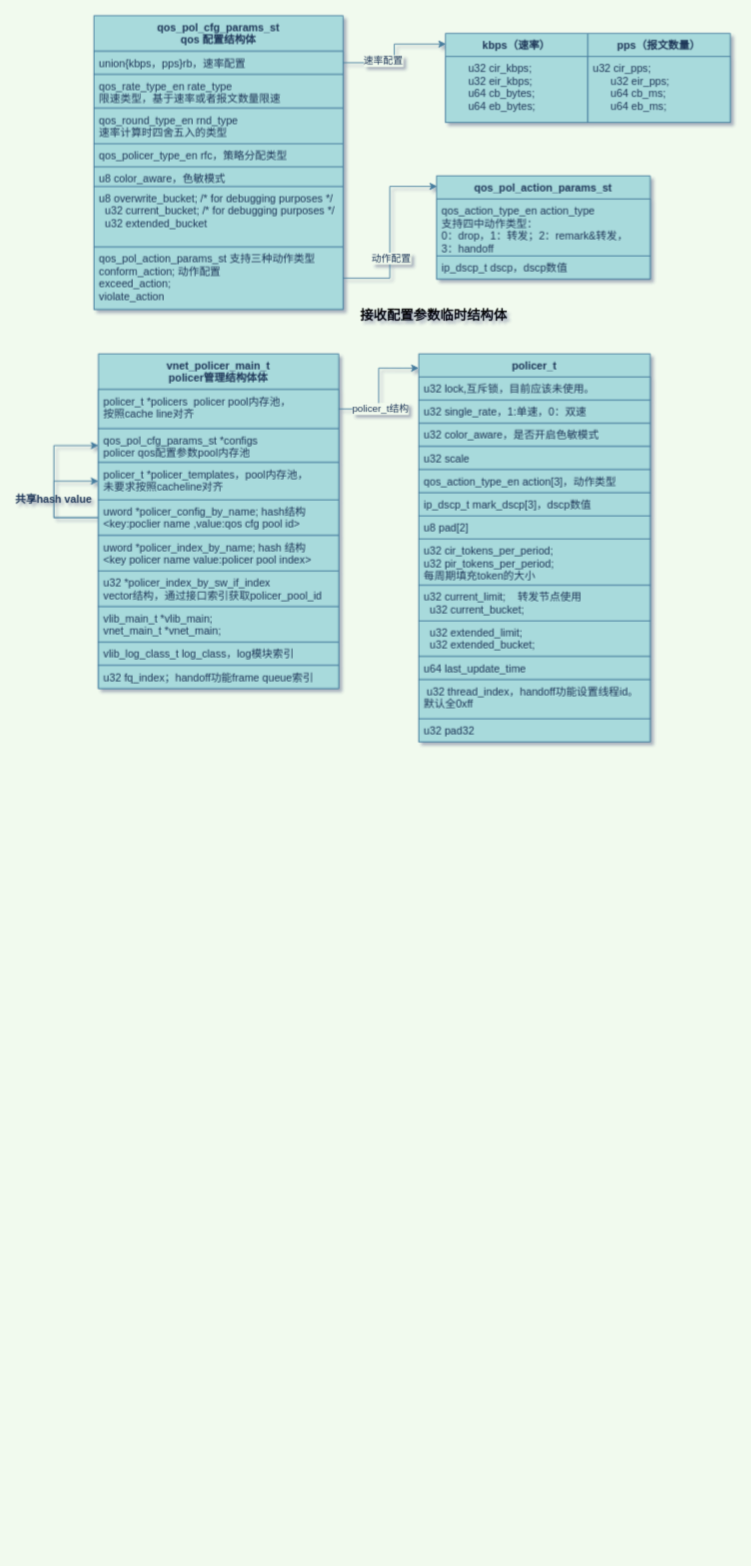
The draw.io diagram new_map/vpp policer.drawio in jin13417/dpdk-vpp-learning, before the edit. Source tidied: cells renumbered, new cells numbered last; positions are measured from the earlier drawing's top-left corner, leaving out a move shared by most shapes. Both pictures are drawn from the tidied source at 89%, with x=0, y=0 at pixel (18, 15).
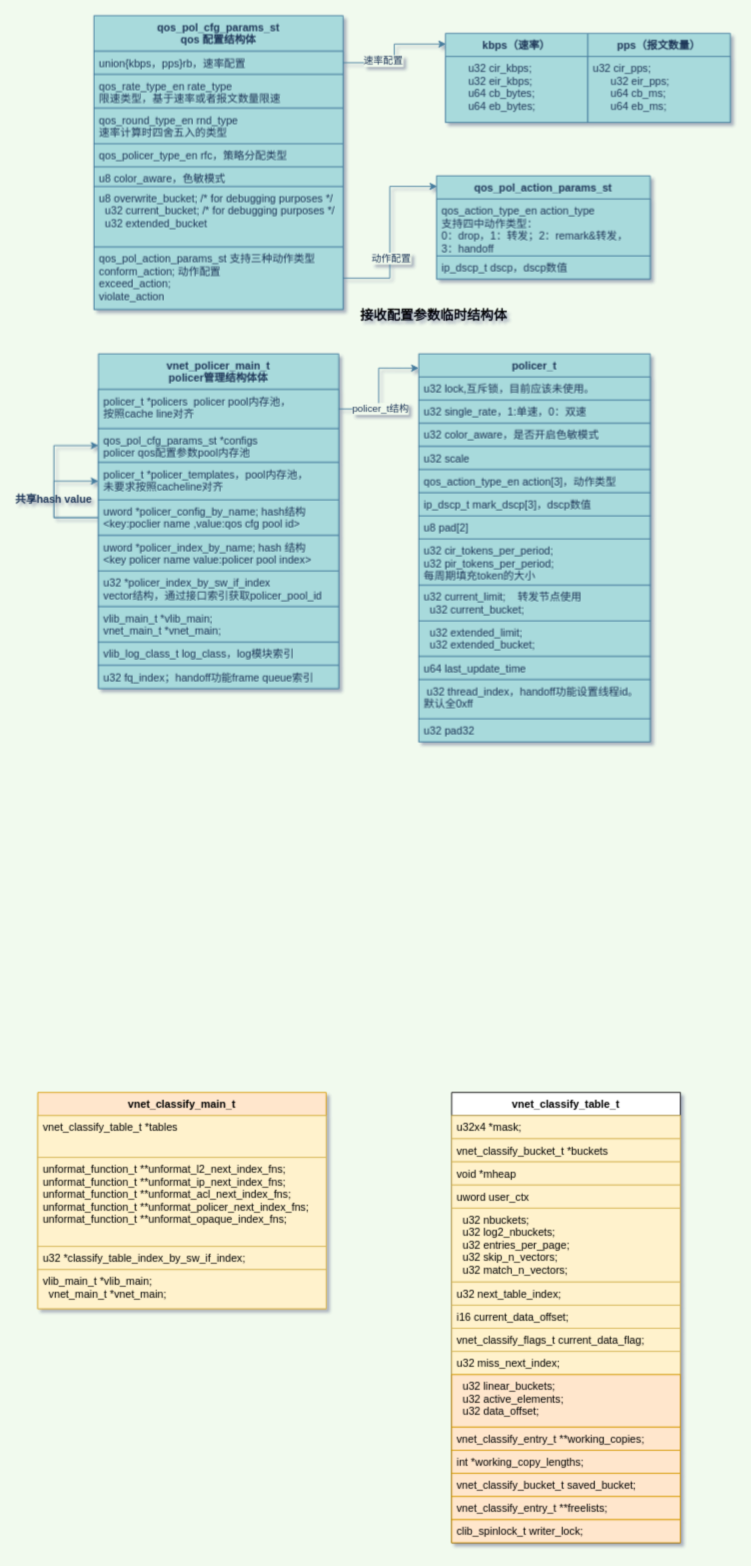
The same diagram, later.

What changed in the source:
```diff
@@
+    <mxCell id="51" value="vnet_classify_main_t" style="swimlane;fontStyle=1;align=center;verticalAlign=top;horizontal=1;startSize=26;fillColor=#ffe6cc;strokeColor=#d79b00;" parent="1" vertex="1">
+      <mxGeometry x="22" y="1210" width="324" height="243" as="geometry" />
+    </mxCell>
+    <mxCell id="52" value="vnet_classify_table_t *tables&#10;" style="text;strokeColor=#d6b656;fillColor=#fff2cc;align=left;verticalAlign=top;spacingLeft=4;spacingRight=4;overflow=hidden;" parent="51" vertex="1">
+      <mxGeometry y="26" width="324" height="47" as="geometry" />
+    </mxCell>
+    <mxCell id="53" value="unformat_function_t **unformat_l2_next_index_fns;&#10;unformat_function_t **unformat_ip_next_index_fns;&#10;unformat_function_t **unformat_acl_next_index_fns;&#10;unformat_function_t **unformat_policer_next_index_fns;&#10;unformat_function_t **unformat_opaque_index_fns;" style="text;fillColor=#fff2cc;align=left;verticalAlign=top;spacingLeft=4;spacingRight=4;overflow=hidden;strokeColor=#d6b656;" parent="51" vertex="1">
+      <mxGeometry y="73" width="324" height="100" as="geometry" />
+    </mxCell>
+    <mxCell id="54" value="u32 *classify_table_index_by_sw_if_index;" style="text;fillColor=#fff2cc;align=left;verticalAlign=top;spacingLeft=4;spacingRight=4;overflow=hidden;strokeColor=#d6b656;" parent="51" vertex="1">
+      <mxGeometry y="173" width="324" height="26" as="geometry" />
+    </mxCell>
+    <mxCell id="55" value="vlib_main_t *vlib_main;&#10;  vnet_main_t *vnet_main;" style="text;fillColor=#fff2cc;align=left;verticalAlign=top;spacingLeft=4;spacingRight=4;overflow=hidden;strokeColor=#d6b656;" parent="51" vertex="1">
+      <mxGeometry y="199" width="324" height="44" as="geometry" />
+    </mxCell>
+    <mxCell id="56" value="vnet_classify_table_t" style="swimlane;fontStyle=1;align=center;verticalAlign=top;horizontal=1;startSize=26;strokeColor=#000000;" parent="1" vertex="1">
+      <mxGeometry x="487" y="1210" width="257" height="506" as="geometry" />
+    </mxCell>
+    <mxCell id="57" value="u32x4 *mask;" style="text;strokeColor=#d6b656;fillColor=#fff2cc;align=left;verticalAlign=top;spacingLeft=4;spacingRight=4;overflow=hidden;" parent="56" vertex="1">
+      <mxGeometry y="26" width="257" height="26" as="geometry" />
+    </mxCell>
+    <mxCell id="58" value="vnet_classify_bucket_t *buckets" style="text;fillColor=#fff2cc;align=left;verticalAlign=top;spacingLeft=4;spacingRight=4;overflow=hidden;strokeColor=#d6b656;" parent="56" vertex="1">
+      <mxGeometry y="52" width="257" height="26" as="geometry" />
+    </mxCell>
+    <mxCell id="59" value="void *mheap" style="text;fillColor=#fff2cc;align=left;verticalAlign=top;spacingLeft=4;spacingRight=4;overflow=hidden;strokeColor=#d6b656;" parent="56" vertex="1">
+      <mxGeometry y="78" width="257" height="26" as="geometry" />
+    </mxCell>
+    <mxCell id="60" value="uword user_ctx" style="text;fillColor=#fff2cc;align=left;verticalAlign=top;spacingLeft=4;spacingRight=4;overflow=hidden;strokeColor=#d6b656;" parent="56" vertex="1">
+      <mxGeometry y="104" width="257" height="26" as="geometry" />
+    </mxCell>
+    <mxCell id="61" value="  u32 nbuckets;&#10;  u32 log2_nbuckets;&#10;  u32 entries_per_page;&#10;  u32 skip_n_vectors;&#10;  u32 match_n_vectors;" style="text;fillColor=#fff2cc;align=left;verticalAlign=top;spacingLeft=4;spacingRight=4;overflow=hidden;strokeColor=#d6b656;" parent="56" vertex="1">
+      <mxGeometry y="130" width="257" height="83" as="geometry" />
+    </mxCell>
+    <mxCell id="62" value="u32 next_table_index;" style="text;fillColor=#fff2cc;align=left;verticalAlign=top;spacingLeft=4;spacingRight=4;overflow=hidden;strokeColor=#d6b656;" parent="56" vertex="1">
+      <mxGeometry y="213" width="257" height="26" as="geometry" />
+    </mxCell>
+    <mxCell id="63" value="i16 current_data_offset;" style="text;fillColor=#fff2cc;align=left;verticalAlign=top;spacingLeft=4;spacingRight=4;overflow=hidden;strokeColor=#d6b656;" parent="56" vertex="1">
+      <mxGeometry y="239" width="257" height="26" as="geometry" />
+    </mxCell>
+    <mxCell id="64" value="vnet_classify_flags_t current_data_flag;" style="text;fillColor=#fff2cc;align=left;verticalAlign=top;spacingLeft=4;spacingRight=4;overflow=hidden;strokeColor=#d6b656;" parent="56" vertex="1">
+      <mxGeometry y="265" width="257" height="26" as="geometry" />
+    </mxCell>
+    <mxCell id="65" value="u32 miss_next_index;" style="text;fillColor=#fff2cc;align=left;verticalAlign=top;spacingLeft=4;spacingRight=4;overflow=hidden;strokeColor=#d6b656;" parent="56" vertex="1">
+      <mxGeometry y="291" width="257" height="26" as="geometry" />
+    </mxCell>
+    <mxCell id="66" value="  u32 linear_buckets;&#10;  u32 active_elements;&#10;  u32 data_offset;" style="text;fillColor=#ffe6cc;align=left;verticalAlign=top;spacingLeft=4;spacingRight=4;overflow=hidden;strokeColor=#d79b00;" parent="56" vertex="1">
+      <mxGeometry y="317" width="257" height="59" as="geometry" />
+    </mxCell>
+    <mxCell id="67" value="vnet_classify_entry_t **working_copies;" style="text;fillColor=#ffe6cc;align=left;verticalAlign=top;spacingLeft=4;spacingRight=4;overflow=hidden;strokeColor=#d79b00;" parent="56" vertex="1">
+      <mxGeometry y="376" width="257" height="26" as="geometry" />
+    </mxCell>
+    <mxCell id="68" value="int *working_copy_lengths;" style="text;fillColor=#ffe6cc;align=left;verticalAlign=top;spacingLeft=4;spacingRight=4;overflow=hidden;strokeColor=#d79b00;" parent="56" vertex="1">
+      <mxGeometry y="402" width="257" height="26" as="geometry" />
+    </mxCell>
+    <mxCell id="69" value="vnet_classify_bucket_t saved_bucket;" style="text;fillColor=#ffe6cc;align=left;verticalAlign=top;spacingLeft=4;spacingRight=4;overflow=hidden;strokeColor=#d79b00;" parent="56" vertex="1">
+      <mxGeometry y="428" width="257" height="26" as="geometry" />
+    </mxCell>
+    <mxCell id="70" value="vnet_classify_entry_t **freelists;" style="text;fillColor=#ffe6cc;align=left;verticalAlign=top;spacingLeft=4;spacingRight=4;overflow=hidden;strokeColor=#d79b00;" parent="56" vertex="1">
+      <mxGeometry y="454" width="257" height="26" as="geometry" />
+    </mxCell>
+    <mxCell id="71" value="clib_spinlock_t writer_lock;" style="text;fillColor=#ffe6cc;align=left;verticalAlign=top;spacingLeft=4;spacingRight=4;overflow=hidden;strokeColor=#d79b00;" parent="56" vertex="1">
+      <mxGeometry y="480" width="257" height="26" as="geometry" />
+    </mxCell>
```
